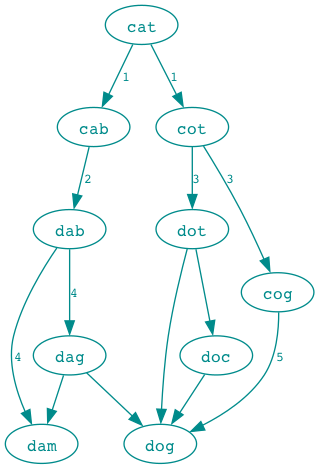
Before: word-ladder/src/images/example-with-label.png, a diagram exported from Graphviz (ToF-/CodeKatas). Its source is kept beside it as word-ladder/src/example-with-label.gv. Its diagram source:
```dot
strict digraph ip_map {
    node [colorscheme="SVG",width=0.5,height=0.2,shape = ellipse,fontcolor="darkcyan",fontsize=12,fontname="Courier",color="darkcyan"];
    edge [colorscheme="SVG",color="darkcyan",fontcolor="darkcyan",fontsize=10,fontname="Courier"];
    cat -> { cab } [label="1"];
    cat -> { cot } [label="1"];
    cab -> { dab } [label="2"];
    cot -> { cog } [label="3"];
    cot -> { dot } [label="3"];
    dab -> { dag } [label="4"];
    dab -> { dam } [label="4"];
    cog -> { dog } [label="5"];
    dot -> { doc };
    dot -> { dog };
    dag -> { dam };
    dag -> { dog };
    doc -> { dog };
}
```
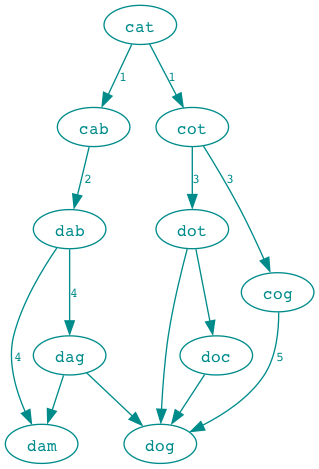
Later version of the same file.

Diff of the diagram source:
```diff
@@ -1,9 +1,9 @@
 strict digraph ip_map {
     node [colorscheme="SVG",width=0.5,height=0.2,shape = ellipse,fontcolor="darkcyan",fontsize=12,fontname="Courier",color="darkcyan"];
     edge [colorscheme="SVG",color="darkcyan",fontcolor="darkcyan",fontsize=10,fontname="Courier"];
+    cab -> { dab } [label="2"];
+    cat -> { cot } [label="1"];
     cat -> { cab } [label="1"];
-    cat -> { cot } [label="1"];
-    cab -> { dab } [label="2"];
     cot -> { cog } [label="3"];
     cot -> { dot } [label="3"];
     dab -> { dag } [label="4"];
```
